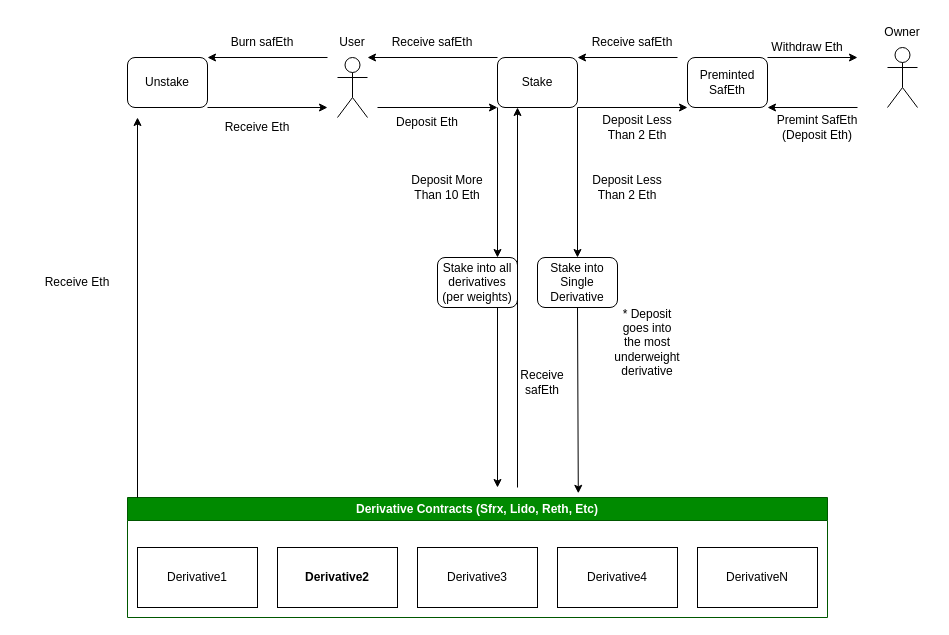
The draw.io diagram assets/SafEth-Architecture.drawio in asymmetryfinance/safeth, before the edit. Source tidied: cells renumbered, new cells numbered last; positions are measured from the earlier drawing's top-left corner, leaving out a move shared by most shapes. Both pictures are drawn from the tidied source at 100%, with x=0, y=0 at pixel (17, 17).
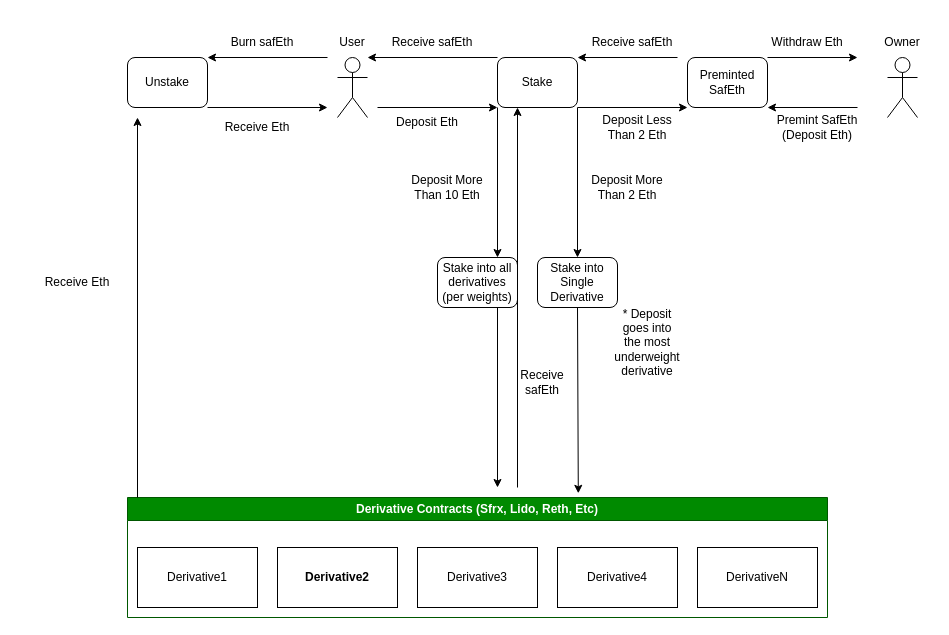
The same page after the edit.

What changed in the source:
```diff
@@
     <mxCell id="16" style="shape=umlActor;verticalLabelPosition=bottom;verticalAlign=top;html=1;" parent="1" vertex="1">
-      <mxGeometry x="870" y="30" width="30" height="60" as="geometry" />
+      <mxGeometry x="870" y="40" width="30" height="60" as="geometry" />
     </mxCell>
@@
     <mxCell id="22" value="Owner" style="text;html=1;strokeColor=none;fillColor=none;align=center;verticalAlign=middle;whiteSpace=wrap;rounded=0;" parent="1" vertex="1">
-      <mxGeometry x="855" width="60" height="30" as="geometry" />
+      <mxGeometry x="855" y="10" width="60" height="30" as="geometry" />
     </mxCell>
@@
     <mxCell id="26" value="Withdraw Eth" style="text;html=1;strokeColor=none;fillColor=none;align=center;verticalAlign=middle;whiteSpace=wrap;rounded=0;" parent="1" vertex="1">
-      <mxGeometry x="740" y="10" width="100" height="40" as="geometry" />
+      <mxGeometry x="740" y="5" width="100" height="40" as="geometry" />
     </mxCell>
@@
-    <mxCell id="43" value="Deposit Less Than 2 Eth" style="text;html=1;strokeColor=none;fillColor=none;align=center;verticalAlign=middle;whiteSpace=wrap;rounded=0;" parent="1" vertex="1">
+    <mxCell id="43" value="Deposit More Than 2 Eth" style="text;html=1;strokeColor=none;fillColor=none;align=center;verticalAlign=middle;whiteSpace=wrap;rounded=0;" parent="1" vertex="1">
       <mxGeometry x="560" y="150" width="100" height="40" as="geometry" />
     </mxCell>
```
